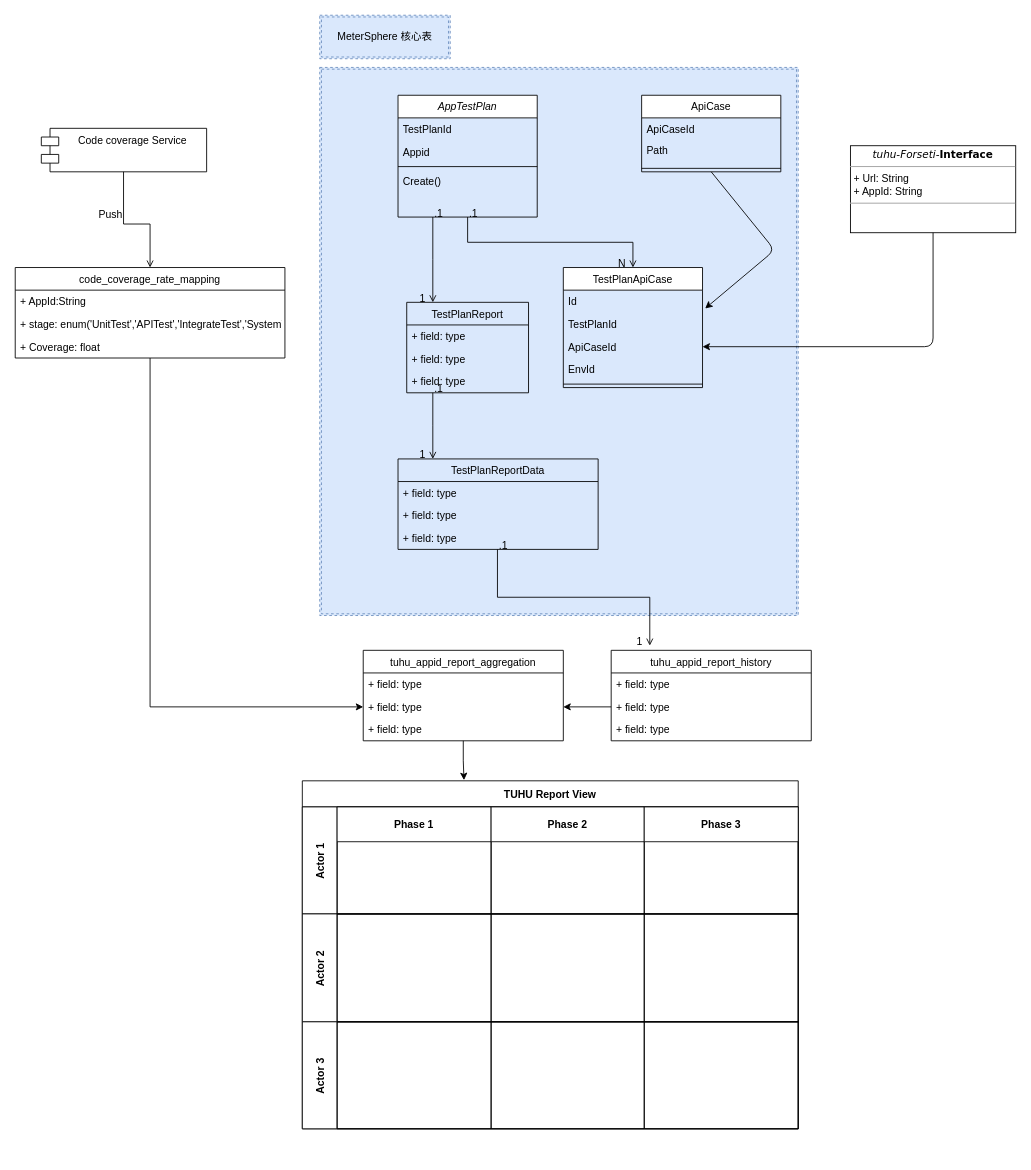
Above: Untitled Diagram.drawio in davidwangxiaolei/metersphere (draw.io), before the change. Source tidied: cells renumbered, new cells numbered last; positions are measured from the earlier drawing's top-left corner, leaving out a move shared by most shapes. Both pictures are drawn from the tidied source at 87%, with x=0, y=0 at pixel (15, 15).
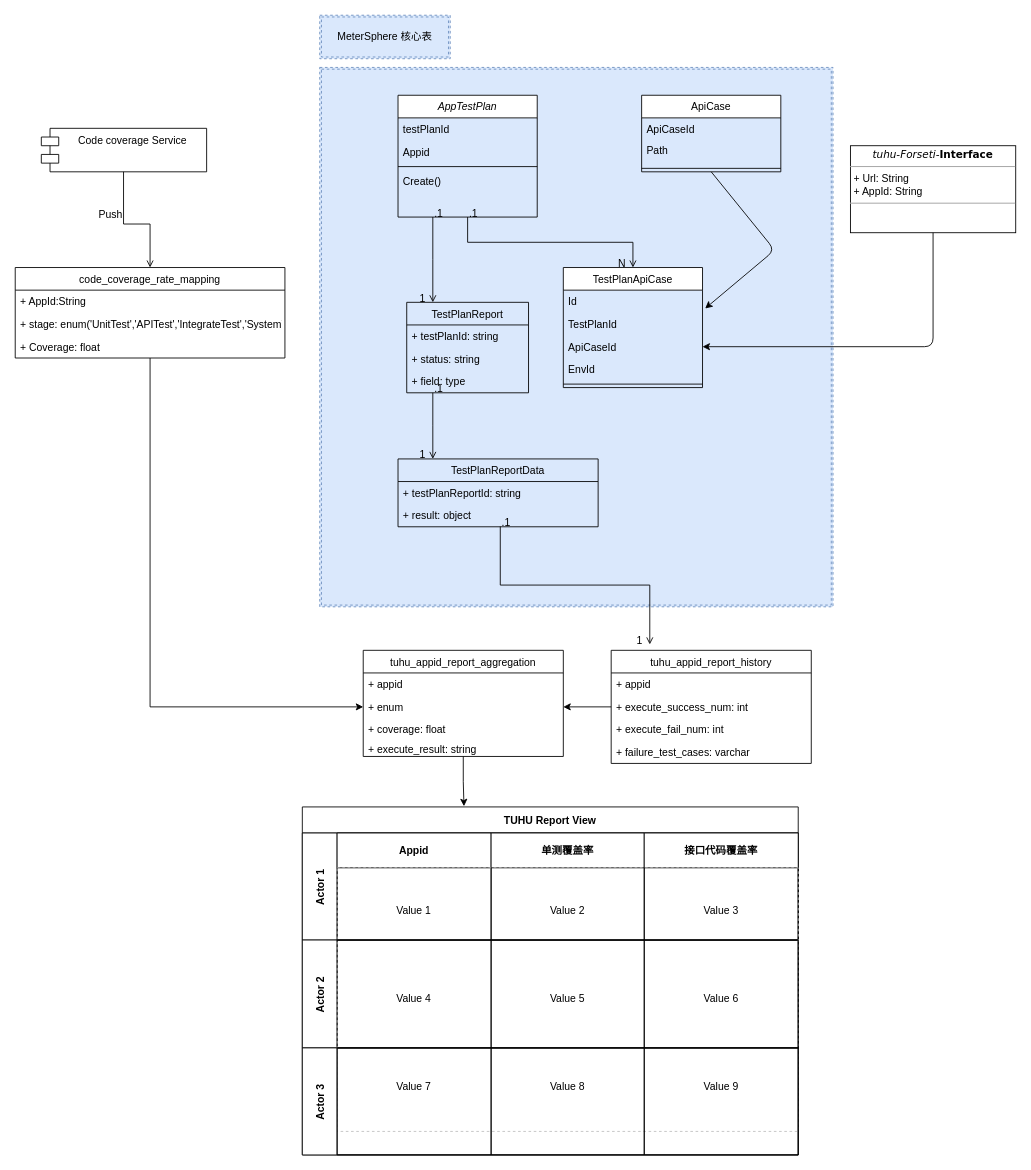
The same page after the edit.

Unchanged cells that the change refers to:
```xml
<mxCell id="3" value="AppTestPlan" style="swimlane;fontStyle=2;align=center;verticalAlign=top;horizontal=1;startSize=26;rounded=0;shadow=0;strokeWidth=1;" parent="1" vertex="1">
  <mxGeometry x="440" y="92" width="160" height="140" as="geometry" />
</mxCell>
<mxCell id="31" value="TestPlanReport" style="swimlane;fontStyle=0;horizontal=1;startSize=26;fillColor=none;" parent="1" vertex="1">
  <mxGeometry x="450" y="330" width="140" height="104" as="geometry" />
</mxCell>
<mxCell id="45" value="Actor 1" style="swimlane;horizontal=0;startSize=40;fontStyle=1;" parent="44" vertex="1">
  <mxGeometry y="30" width="570" height="123" as="geometry" />
</mxCell>
<mxCell id="50" style="swimlane;startSize=0;" parent="49" vertex="1">
  <mxGeometry x="40" width="177" height="124" as="geometry" />
</mxCell>
```

The edit, as a diff of the source:
```diff
@@
     <mxCell id="2" style="shape=ext;double=1;rounded=0;whiteSpace=wrap;html=1;dashed=1;fillColor=#dae8fc;strokeColor=#6c8ebf;" parent="1" vertex="1">
-      <mxGeometry x="350" y="60" width="550" height="630" as="geometry" />
+      <mxGeometry x="350" y="60" width="590" height="620" as="geometry" />
     </mxCell>
@@
-    <mxCell id="4" value="TestPlanId" style="text;align=left;verticalAlign=top;spacingLeft=4;spacingRight=4;overflow=hidden;" parent="3" vertex="1">
+    <mxCell id="4" value="testPlanId" style="text;align=left;verticalAlign=top;spacingLeft=4;spacingRight=4;overflow=hidden;" parent="3" vertex="1">
       <mxGeometry y="26" width="160" height="26" as="geometry" />
     </mxCell>
@@
-    <mxCell id="32" value="+ field: type" style="text;strokeColor=none;fillColor=none;align=left;verticalAlign=top;spacingLeft=4;spacingRight=4;overflow=hidden;" parent="31" vertex="1">
+    <mxCell id="32" value="+ testPlanId: string" style="text;strokeColor=none;fillColor=none;align=left;verticalAlign=top;spacingLeft=4;spacingRight=4;overflow=hidden;" parent="31" vertex="1">
       <mxGeometry y="26" width="140" height="26" as="geometry" />
     </mxCell>
-    <mxCell id="33" value="+ field: type" style="text;strokeColor=none;fillColor=none;align=left;verticalAlign=top;spacingLeft=4;spacingRight=4;overflow=hidden;" parent="31" vertex="1">
+    <mxCell id="33" value="+ status: string" style="text;strokeColor=none;fillColor=none;align=left;verticalAlign=top;spacingLeft=4;spacingRight=4;overflow=hidden;" parent="31" vertex="1">
       <mxGeometry y="52" width="140" height="26" as="geometry" />
     </mxCell>
@@
     <mxCell id="36" value="TestPlanReportData" style="swimlane;fontStyle=0;horizontal=1;startSize=26;fillColor=none;" parent="1" vertex="1">
-      <mxGeometry x="440" y="510" width="230" height="104" as="geometry" />
+      <mxGeometry x="440" y="510" width="230" height="78" as="geometry" />
     </mxCell>
-    <mxCell id="37" value="+ field: type" style="text;strokeColor=none;fillColor=none;align=left;verticalAlign=top;spacingLeft=4;spacingRight=4;overflow=hidden;" parent="36" vertex="1">
+    <mxCell id="37" value="+ testPlanReportId: string" style="text;strokeColor=none;fillColor=none;align=left;verticalAlign=top;spacingLeft=4;spacingRight=4;overflow=hidden;" parent="36" vertex="1">
       <mxGeometry y="26" width="230" height="26" as="geometry" />
     </mxCell>
-    <mxCell id="38" value="+ field: type" style="text;strokeColor=none;fillColor=none;align=left;verticalAlign=top;spacingLeft=4;spacingRight=4;overflow=hidden;points=[[0,0.5],[1,0.5]];portConstraint=eastwest;" parent="36" vertex="1">
+    <mxCell id="38" value="+ result: object" style="text;strokeColor=none;fillColor=none;align=left;verticalAlign=top;spacingLeft=4;spacingRight=4;overflow=hidden;points=[[0,0.5],[1,0.5]];portConstraint=eastwest;" parent="36" vertex="1">
       <mxGeometry y="52" width="230" height="26" as="geometry" />
     </mxCell>
-    <mxCell id="39" value="+ field: type" style="text;strokeColor=none;fillColor=none;align=left;verticalAlign=top;spacingLeft=4;spacingRight=4;overflow=hidden;" parent="36" vertex="1">
-      <mxGeometry y="78" width="230" height="26" as="geometry" />
-    </mxCell>
     <mxCell id="40" value="tuhu_appid_report_history" style="swimlane;fontStyle=0;horizontal=1;startSize=26;fillColor=none;" parent="1" vertex="1">
-      <mxGeometry x="685" y="730" width="230" height="104" as="geometry" />
+      <mxGeometry x="685" y="730" width="230" height="130" as="geometry" />
     </mxCell>
-    <mxCell id="41" value="+ field: type" style="text;strokeColor=none;fillColor=none;align=left;verticalAlign=top;spacingLeft=4;spacingRight=4;overflow=hidden;" parent="40" vertex="1">
+    <mxCell id="41" value="+ appid" style="text;strokeColor=none;fillColor=none;align=left;verticalAlign=top;spacingLeft=4;spacingRight=4;overflow=hidden;" parent="40" vertex="1">
       <mxGeometry y="26" width="230" height="26" as="geometry" />
     </mxCell>
-    <mxCell id="42" value="+ field: type" style="text;strokeColor=none;fillColor=none;align=left;verticalAlign=top;spacingLeft=4;spacingRight=4;overflow=hidden;points=[[0,0.5],[1,0.5]];portConstraint=eastwest;" parent="40" vertex="1">
+    <mxCell id="42" value="+ execute_success_num: int" style="text;strokeColor=none;fillColor=none;align=left;verticalAlign=top;spacingLeft=4;spacingRight=4;overflow=hidden;points=[[0,0.5],[1,0.5]];portConstraint=eastwest;" parent="40" vertex="1">
       <mxGeometry y="52" width="230" height="26" as="geometry" />
     </mxCell>
-    <mxCell id="43" value="+ field: type" style="text;strokeColor=none;fillColor=none;align=left;verticalAlign=top;spacingLeft=4;spacingRight=4;overflow=hidden;" parent="40" vertex="1">
+    <mxCell id="43" value="+ execute_fail_num: int" style="text;strokeColor=none;fillColor=none;align=left;verticalAlign=top;spacingLeft=4;spacingRight=4;overflow=hidden;" parent="40" vertex="1">
       <mxGeometry y="78" width="230" height="26" as="geometry" />
     </mxCell>
+    <mxCell id="74" value="+ failure_test_cases: varchar" style="text;strokeColor=none;fillColor=none;align=left;verticalAlign=top;spacingLeft=4;spacingRight=4;overflow=hidden;" parent="40" vertex="1">
+      <mxGeometry y="104" width="230" height="26" as="geometry" />
+    </mxCell>
     <mxCell id="44" value="TUHU Report View" style="shape=table;childLayout=tableLayout;rowLines=0;columnLines=0;startSize=30;fontStyle=1;align=center;" parent="1" vertex="1">
-      <mxGeometry x="330" y="880" width="570" height="400" as="geometry" />
+      <mxGeometry x="330" y="910" width="570" height="400" as="geometry" />
     </mxCell>
@@
-    <mxCell id="46" value="Phase 1" style="swimlane;startSize=40;" parent="45" vertex="1">
+    <mxCell id="46" value="Appid" style="swimlane;startSize=40;" parent="45" vertex="1">
       <mxGeometry x="40" width="177" height="123" as="geometry" />
     </mxCell>
-    <mxCell id="47" value="Phase 2" style="swimlane;startSize=40;" parent="45" vertex="1">
+    <mxCell id="47" value="单测覆盖率" style="swimlane;startSize=40;" parent="45" vertex="1">
       <mxGeometry x="217" width="176" height="123" as="geometry" />
     </mxCell>
-    <mxCell id="48" value="Phase 3" style="swimlane;startSize=40;" parent="45" vertex="1">
+    <mxCell id="48" value="接口代码覆盖率" style="swimlane;startSize=40;" parent="45" vertex="1">
       <mxGeometry x="393" width="177" height="123" as="geometry" />
     </mxCell>
@@
+    <mxCell id="75" value="&lt;table border=&quot;0&quot; width=&quot;100%&quot; height=&quot;100%&quot; style=&quot;width:100%;height:100%;border-collapse:collapse;&quot;&gt;&lt;tr&gt;&lt;td align=&quot;center&quot;&gt;Value 1&lt;/td&gt;&lt;td align=&quot;center&quot;&gt;Value 2&lt;/td&gt;&lt;td align=&quot;center&quot;&gt;Value 3&lt;/td&gt;&lt;/tr&gt;&lt;tr&gt;&lt;td align=&quot;center&quot;&gt;Value 4&lt;/td&gt;&lt;td align=&quot;center&quot;&gt;Value 5&lt;/td&gt;&lt;td align=&quot;center&quot;&gt;Value 6&lt;/td&gt;&lt;/tr&gt;&lt;tr&gt;&lt;td align=&quot;center&quot;&gt;Value 7&lt;/td&gt;&lt;td align=&quot;center&quot;&gt;Value 8&lt;/td&gt;&lt;td align=&quot;center&quot;&gt;Value 9&lt;/td&gt;&lt;/tr&gt;&lt;/table&gt;" style="text;html=1;strokeColor=#c0c0c0;fillColor=none;overflow=fill;dashed=1;" parent="50" vertex="1">
+      <mxGeometry y="-83" width="530" height="303" as="geometry" />
+    </mxCell>
@@
-    <mxCell id="65" style="endArrow=open;shadow=0;strokeWidth=1;rounded=0;endFill=1;edgeStyle=elbowEdgeStyle;elbow=vertical;exitX=0.25;exitY=1;exitDx=0;exitDy=0;entryX=0.193;entryY=-0.052;entryDx=0;entryDy=0;entryPerimeter=0;" parent="1" edge="1" target="40">
+    <mxCell id="65" style="endArrow=open;shadow=0;strokeWidth=1;rounded=0;endFill=1;edgeStyle=elbowEdgeStyle;elbow=vertical;exitX=0.511;exitY=0.988;exitDx=0;exitDy=0;entryX=0.193;entryY=-0.052;entryDx=0;entryDy=0;entryPerimeter=0;exitPerimeter=0;" parent="1" edge="1" source="38" target="40">
       <mxGeometry x="0.5" y="41" relative="1" as="geometry">
-        <mxPoint x="554.3" y="614" as="sourcePoint" />
         <mxPoint x="-40" y="32" as="offset" />
       </mxGeometry>
     </mxCell>
@@
     <mxCell id="69" value="tuhu_appid_report_aggregation" style="swimlane;fontStyle=0;horizontal=1;startSize=26;fillColor=none;" parent="1" vertex="1">
-      <mxGeometry x="400" y="730" width="230" height="104" as="geometry" />
+      <mxGeometry x="400" y="730" width="230" height="122" as="geometry" />
     </mxCell>
-    <mxCell id="70" value="+ field: type" style="text;strokeColor=none;fillColor=none;align=left;verticalAlign=top;spacingLeft=4;spacingRight=4;overflow=hidden;" parent="69" vertex="1">
+    <mxCell id="70" value="+ appid" style="text;strokeColor=none;fillColor=none;align=left;verticalAlign=top;spacingLeft=4;spacingRight=4;overflow=hidden;" parent="69" vertex="1">
       <mxGeometry y="26" width="230" height="26" as="geometry" />
     </mxCell>
-    <mxCell id="71" value="+ field: type" style="text;strokeColor=none;fillColor=none;align=left;verticalAlign=top;spacingLeft=4;spacingRight=4;overflow=hidden;points=[[0,0.5],[1,0.5]];portConstraint=eastwest;" parent="69" vertex="1">
+    <mxCell id="71" value="+ enum" style="text;strokeColor=none;fillColor=none;align=left;verticalAlign=top;spacingLeft=4;spacingRight=4;overflow=hidden;points=[[0,0.5],[1,0.5]];portConstraint=eastwest;" parent="69" vertex="1">
       <mxGeometry y="52" width="230" height="26" as="geometry" />
     </mxCell>
-    <mxCell id="72" value="+ field: type" style="text;strokeColor=none;fillColor=none;align=left;verticalAlign=top;spacingLeft=4;spacingRight=4;overflow=hidden;" parent="69" vertex="1">
-      <mxGeometry y="78" width="230" height="26" as="geometry" />
+    <mxCell id="72" value="+ coverage: float&#10;" style="text;strokeColor=none;fillColor=none;align=left;verticalAlign=top;spacingLeft=4;spacingRight=4;overflow=hidden;" parent="69" vertex="1">
+      <mxGeometry y="78" width="230" height="22" as="geometry" />
     </mxCell>
+    <mxCell id="76" value="+ execute_result: string&#10;" style="text;strokeColor=none;fillColor=none;align=left;verticalAlign=top;spacingLeft=4;spacingRight=4;overflow=hidden;" parent="69" vertex="1">
+      <mxGeometry y="100" width="230" height="22" as="geometry" />
+    </mxCell>
```
